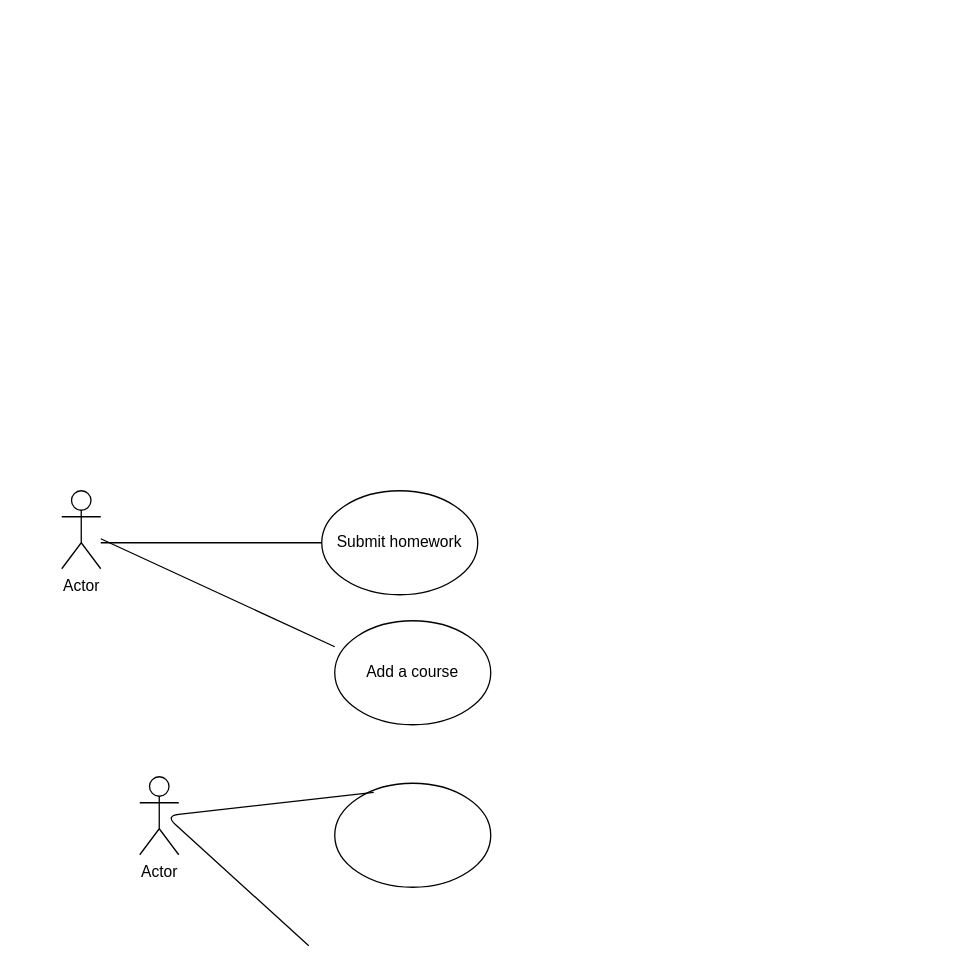
Above: Untitled Diagram.drawio in haris8/use_case (draw.io), before the change. Source tidied: cells renumbered, new cells numbered last; positions are measured from the earlier drawing's top-left corner, leaving out a move shared by most shapes. Both pictures are drawn from the tidied source at 130%, with x=0, y=0 at pixel (61, 490).
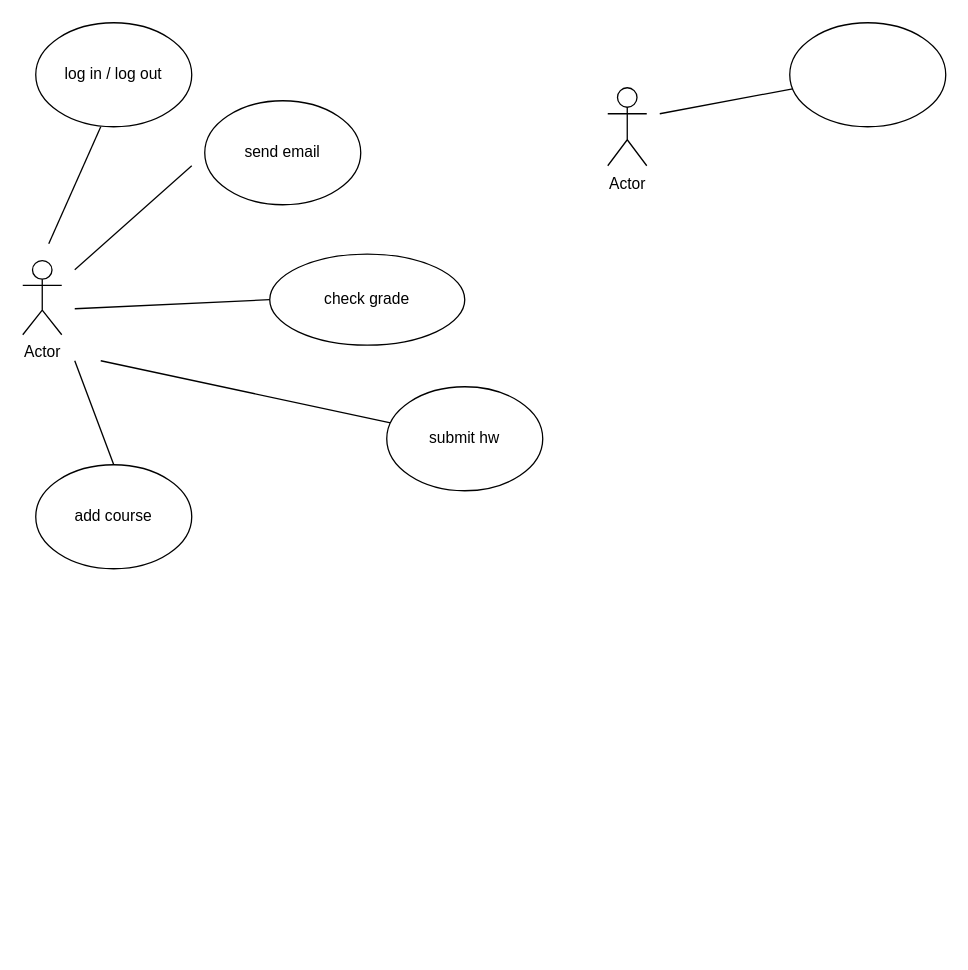
The same page after the edit.

Diff of the diagram source:
```diff
@@
-    <mxCell id="2" value="Actor" style="shape=umlActor;verticalLabelPosition=bottom;labelBackgroundColor=#ffffff;verticalAlign=top;html=1;outlineConnect=0;" parent="1" vertex="1">
-      <mxGeometry width="30" height="60" as="geometry" />
-    </mxCell>
-    <mxCell id="3" style="endArrow=none;html=1;" parent="1" edge="1" target="4">
-      <mxGeometry relative="1" as="geometry">
-        <mxPoint x="30" y="40" as="sourcePoint" />
-      </mxGeometry>
-    </mxCell>
-    <mxCell id="4" value="Submit homework" style="ellipse;whiteSpace=wrap;html=1;" parent="1" vertex="1">
-      <mxGeometry x="200" width="120" height="80" as="geometry" />
-    </mxCell>
-    <mxCell id="5" value="Add a course" style="ellipse;whiteSpace=wrap;html=1;" parent="1" vertex="1">
-      <mxGeometry x="210" y="100" width="120" height="80" as="geometry" />
-    </mxCell>
-    <mxCell id="6" style="endArrow=none;html=1;" parent="1" edge="1" source="2">
-      <mxGeometry relative="1" as="geometry">
-        <mxPoint x="210" y="120" as="targetPoint" />
-      </mxGeometry>
-    </mxCell>
-    <mxCell id="7" value="Actor" style="shape=umlActor;verticalLabelPosition=bottom;labelBackgroundColor=#ffffff;verticalAlign=top;html=1;" parent="1" vertex="1">
-      <mxGeometry x="60" y="220" width="30" height="60" as="geometry" />
-    </mxCell>
-    <mxCell id="8" style="ellipse;whiteSpace=wrap;html=1;" parent="1" vertex="1">
-      <mxGeometry x="210" y="225" width="120" height="80" as="geometry" />
-    </mxCell>
-    <mxCell id="9" style="endArrow=none;html=1;" parent="1" edge="1">
-      <mxGeometry relative="1" as="geometry">
-        <mxPoint x="190" y="350" as="sourcePoint" />
-        <mxPoint x="240" y="232" as="targetPoint" />
-        <Array as="points">
-          <mxPoint x="80" y="250" />
-        </Array>
-      </mxGeometry>
-    </mxCell>
+    <mxCell id="10" value="Actor" style="shape=umlActor;verticalLabelPosition=bottom;labelBackgroundColor=#ffffff;verticalAlign=top;html=1;" parent="1" vertex="1">
+      <mxGeometry x="-30" y="-177" width="30" height="57" as="geometry" />
+    </mxCell>
+    <mxCell id="11" value="check grade" style="ellipse;whiteSpace=wrap;html=1;" parent="1" vertex="1">
+      <mxGeometry x="160" y="-182" width="150" height="70" as="geometry" />
+    </mxCell>
+    <mxCell id="12" style="endArrow=none;html=1;entryX=0;entryY=0.5;entryDx=0;entryDy=0;" parent="1" edge="1" target="11">
+      <mxGeometry relative="1" as="geometry">
+        <mxPoint x="10" y="-140" as="sourcePoint" />
+      </mxGeometry>
+    </mxCell>
+    <mxCell id="13" style="endArrow=none;html=1;" parent="1" edge="1" target="14">
+      <mxGeometry relative="1" as="geometry">
+        <mxPoint x="30" y="-100" as="sourcePoint" />
+      </mxGeometry>
+    </mxCell>
+    <mxCell id="14" value="submit hw" style="ellipse;whiteSpace=wrap;html=1;" parent="1" vertex="1">
+      <mxGeometry x="250" y="-80" width="120" height="80" as="geometry" />
+    </mxCell>
+    <mxCell id="15" value="add course" style="ellipse;whiteSpace=wrap;html=1;" parent="1" vertex="1">
+      <mxGeometry x="-20" y="-20" width="120" height="80" as="geometry" />
+    </mxCell>
+    <mxCell id="16" style="endArrow=none;html=1;exitX=0.5;exitY=0;exitDx=0;exitDy=0;" parent="1" edge="1" source="15">
+      <mxGeometry relative="1" as="geometry">
+        <mxPoint x="10" y="-100" as="targetPoint" />
+      </mxGeometry>
+    </mxCell>
+    <mxCell id="17" value="send email" style="ellipse;whiteSpace=wrap;html=1;" parent="1" vertex="1">
+      <mxGeometry x="110" y="-300" width="120" height="80" as="geometry" />
+    </mxCell>
+    <mxCell id="18" style="endArrow=none;html=1;" parent="1" edge="1">
+      <mxGeometry relative="1" as="geometry">
+        <mxPoint x="10" y="-170" as="sourcePoint" />
+        <mxPoint x="100" y="-250" as="targetPoint" />
+      </mxGeometry>
+    </mxCell>
+    <mxCell id="19" value="log in / log out" style="ellipse;whiteSpace=wrap;html=1;" parent="1" vertex="1">
+      <mxGeometry x="-20" y="-360" width="120" height="80" as="geometry" />
+    </mxCell>
+    <mxCell id="20" value="Actor" style="shape=umlActor;verticalLabelPosition=bottom;labelBackgroundColor=#ffffff;verticalAlign=top;html=1;" parent="1" vertex="1">
+      <mxGeometry x="420" y="-310" width="30" height="60" as="geometry" />
+    </mxCell>
+    <mxCell id="21" style="endArrow=none;html=1;" parent="1" edge="1">
+      <mxGeometry relative="1" as="geometry">
+        <mxPoint x="-10" y="-190" as="sourcePoint" />
+        <mxPoint x="30" y="-280" as="targetPoint" />
+      </mxGeometry>
+    </mxCell>
+    <mxCell id="22" style="endArrow=none;html=1;" parent="1" edge="1" target="23">
+      <mxGeometry relative="1" as="geometry">
+        <mxPoint x="460" y="-290" as="sourcePoint" />
+      </mxGeometry>
+    </mxCell>
+    <mxCell id="23" style="ellipse;whiteSpace=wrap;html=1;" parent="1" vertex="1">
+      <mxGeometry x="560" y="-360" width="120" height="80" as="geometry" />
+    </mxCell>
```
